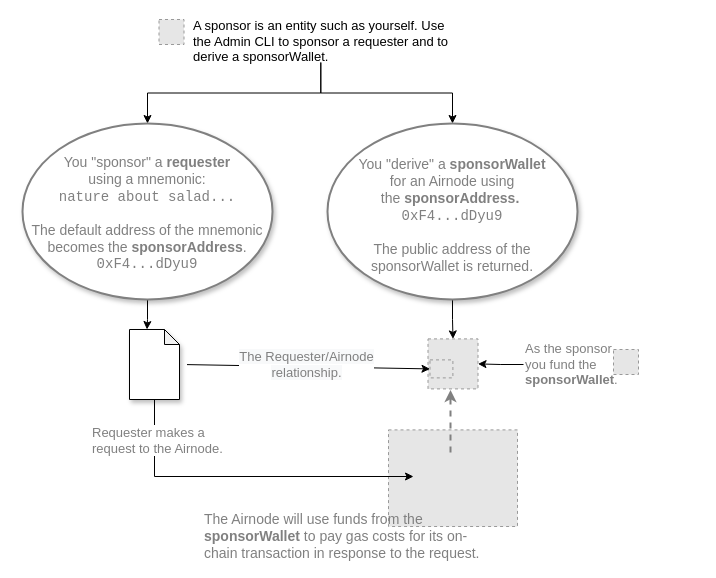
api3dao/old-api3-docs keeps this draw.io diagram as docs/airnode/v0.3/assets/diagrams/sponsor-overview.drawio. Above is the earlier version. Source tidied: cells renumbered, new cells numbered last; positions are measured from the earlier drawing's top-left corner, leaving out a move shared by most shapes. Both pictures are drawn from the tidied source at 100%, with x=0, y=0 at pixel (22, 19). Pictures stored in the file or linked from it are replaced by grey dashed boxes.
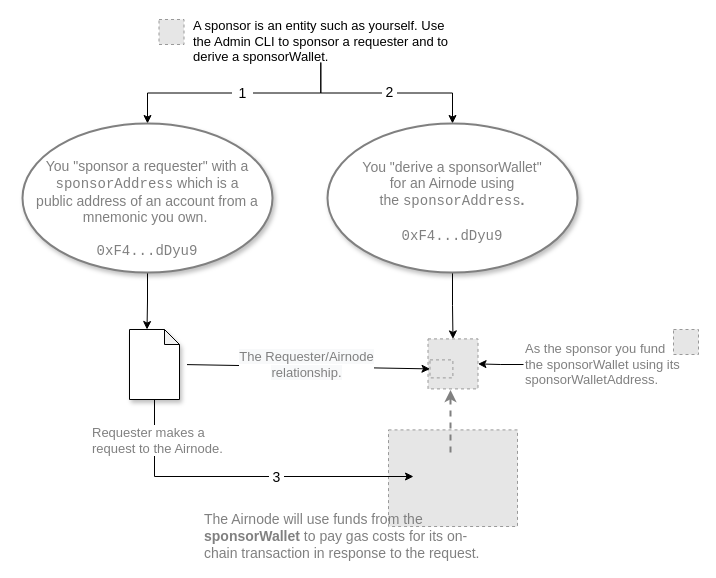
After the change.

Unchanged cells that the change refers to:
```xml
<mxCell id="2" style="edgeStyle=orthogonalEdgeStyle;rounded=0;jettySize=auto;html=1;entryX=0.5;entryY=0;entryDx=0;entryDy=0;entryPerimeter=0;strokeColor=#000000;" parent="1" edge="1" source="4" target="6">
  <mxGeometry relative="1" as="geometry" />
</mxCell>
<mxCell id="3" style="edgeStyle=orthogonalEdgeStyle;rounded=0;jettySize=auto;html=1;strokeColor=#000000;" parent="1" edge="1" source="4" target="11">
  <mxGeometry relative="1" as="geometry" />
</mxCell>
<mxCell id="21" style="edgeStyle=orthogonalEdgeStyle;rounded=0;jettySize=auto;html=1;exitX=0.5;exitY=1;exitDx=0;exitDy=0;exitPerimeter=0;" parent="1" edge="1" source="20">
  <mxGeometry relative="1" as="geometry">
    <mxPoint x="391" y="457" as="targetPoint" />
    <Array as="points">
      <mxPoint x="132" y="457.4" />
    </Array>
  </mxGeometry>
</mxCell>
```

Change to the diagram source:
```diff
@@
+    <mxCell id="23" value="&amp;nbsp;2&amp;nbsp;" style="edgeLabel;html=1;align=center;verticalAlign=middle;fontSize=14;fontFamily=Helvetica;" parent="2" vertex="1">
+      <mxGeometry x="0.03" y="-1" relative="1" as="geometry">
+        <mxPoint y="-2" as="offset" />
+      </mxGeometry>
+    </mxCell>
@@
+    <mxCell id="24" value="&amp;nbsp;&lt;font face=&quot;Helvetica&quot; style=&quot;font-size: 14px&quot;&gt;1&lt;/font&gt;&amp;nbsp;" style="edgeLabel;html=1;align=center;verticalAlign=middle;fontFamily=Courier New;" parent="3" vertex="1">
+      <mxGeometry x="-0.07" relative="1" as="geometry" />
+    </mxCell>
@@
-    <mxCell id="6" value="&lt;font color=&quot;#808080&quot; style=&quot;font-size: 14px;&quot;&gt;You &quot;derive&quot; a &lt;b style=&quot;font-size: 14px;&quot;&gt;sponsorWallet&lt;br style=&quot;font-size: 14px;&quot;&gt;&lt;/b&gt;for an Airnode using the&amp;nbsp;&lt;b style=&quot;font-size: 14px;&quot;&gt;sponsorAddress.&lt;/b&gt;&amp;nbsp;&lt;br style=&quot;font-size: 14px;&quot;&gt;&lt;font face=&quot;Courier New&quot; style=&quot;font-size: 14px;&quot;&gt;0xF4...dDyu9&lt;br style=&quot;font-size: 14px;&quot;&gt;&lt;/font&gt;&lt;br style=&quot;font-size: 14px;&quot;&gt;The public address of the sponsorWallet is returned.&lt;br style=&quot;font-size: 14px;&quot;&gt;&lt;/font&gt;" style="strokeWidth=2;html=1;shape=mxgraph.flowchart.start_1;whiteSpace=wrap;shadow=1;strokeColor=#808080;spacingLeft=10;spacingRight=10;spacingTop=7;fontSize=14;spacing=2;" parent="1" vertex="1">
-      <mxGeometry x="305" y="104" width="250" height="176" as="geometry" />
+    <mxCell id="6" value="&lt;font color=&quot;#808080&quot; style=&quot;font-size: 14px&quot;&gt;&lt;br&gt;You &quot;derive a &lt;span style=&quot;font-size: 14px&quot;&gt;sponsorWallet&quot;&lt;br style=&quot;font-size: 14px&quot;&gt;&lt;/span&gt;for an Airnode using the&amp;nbsp;&lt;span style=&quot;font-size: 14px&quot;&gt;&lt;font face=&quot;Courier New&quot;&gt;sponsorAddress&lt;/font&gt;&lt;/span&gt;&lt;b style=&quot;font-size: 14px&quot;&gt;.&lt;br&gt;&lt;/b&gt;&amp;nbsp;&lt;br style=&quot;font-size: 14px&quot;&gt;&lt;font face=&quot;Courier New&quot; style=&quot;font-size: 14px&quot;&gt;0xF4...dDyu9&lt;/font&gt;&lt;br style=&quot;font-size: 14px&quot;&gt;&lt;br style=&quot;font-size: 14px&quot;&gt;&lt;/font&gt;" style="strokeWidth=2;html=1;shape=mxgraph.flowchart.start_1;whiteSpace=wrap;shadow=1;strokeColor=#808080;spacingLeft=10;spacingRight=10;spacingTop=7;fontSize=14;spacing=2;" parent="1" vertex="1">
+      <mxGeometry x="305" y="104" width="250" height="149" as="geometry" />
     </mxCell>
@@
-    <mxCell id="11" value="&lt;div style=&quot;font-size: 14px&quot;&gt;&lt;span style=&quot;color: rgb(128 , 128 , 128)&quot;&gt;You &quot;sponsor&quot; a &lt;/span&gt;&lt;b style=&quot;color: rgb(128 , 128 , 128)&quot;&gt;requester&lt;/b&gt;&lt;br&gt;&lt;/div&gt;&lt;div style=&quot;font-size: 14px&quot;&gt;&lt;span style=&quot;color: rgb(128 , 128 , 128) ; font-size: 14px&quot;&gt;using a mnemonic:&lt;/span&gt;&lt;/div&gt;&lt;font color=&quot;#808080&quot; style=&quot;font-size: 14px&quot;&gt;&lt;div style=&quot;font-size: 14px&quot;&gt;&lt;span style=&quot;font-family: &amp;#34;courier new&amp;#34; ; font-size: 14px&quot;&gt;nature about salad...&lt;/span&gt;&lt;/div&gt;&lt;div style=&quot;font-size: 14px&quot;&gt;&lt;br style=&quot;font-size: 14px&quot;&gt;&lt;/div&gt;&lt;div style=&quot;font-size: 14px&quot;&gt;The default address of the mnemonic becomes the &lt;b style=&quot;font-size: 14px&quot;&gt;sponsorAddress&lt;/b&gt;.&lt;/div&gt;&lt;/font&gt;&lt;div style=&quot;color: rgb(128 , 128 , 128) ; font-family: &amp;#34;courier new&amp;#34; ; font-size: 14px&quot;&gt;&lt;span style=&quot;font-size: 14px&quot;&gt;0xF4...dDyu9&lt;/span&gt;&lt;/div&gt;" style="strokeWidth=2;html=1;shape=mxgraph.flowchart.start_1;whiteSpace=wrap;shadow=1;strokeColor=#808080;spacingLeft=7;spacingRight=7;spacingTop=4;align=center;fontSize=14;" parent="1" vertex="1">
-      <mxGeometry y="104" width="250" height="176" as="geometry" />
+    <mxCell id="11" value="&lt;div style=&quot;font-size: 14px&quot;&gt;&lt;span style=&quot;color: rgb(128 , 128 , 128)&quot;&gt;&lt;br&gt;&lt;/span&gt;&lt;/div&gt;&lt;div style=&quot;font-size: 14px&quot;&gt;&lt;span style=&quot;color: rgb(128 , 128 , 128)&quot;&gt;You &quot;sponsor a &lt;/span&gt;&lt;span style=&quot;color: rgb(128 , 128 , 128)&quot;&gt;requester&quot;&lt;/span&gt;&lt;span style=&quot;color: rgb(128 , 128 , 128)&quot;&gt; with a &lt;font face=&quot;Courier New&quot;&gt;sponsorAddress&lt;/font&gt; which is a&lt;/span&gt;&lt;br&gt;&lt;/div&gt;&lt;div style=&quot;font-size: 14px&quot;&gt;&lt;span style=&quot;color: rgb(128 , 128 , 128) ; font-size: 14px&quot;&gt;public address of an account from a mnemonic you own.&amp;nbsp;&lt;/span&gt;&lt;/div&gt;&lt;div style=&quot;font-size: 14px&quot;&gt;&lt;span style=&quot;color: rgb(128 , 128 , 128) ; font-size: 14px&quot;&gt;&lt;br&gt;&lt;/span&gt;&lt;/div&gt;&lt;div style=&quot;color: rgb(128 , 128 , 128) ; font-family: &amp;#34;courier new&amp;#34; ; font-size: 14px&quot;&gt;&lt;span style=&quot;font-size: 14px&quot;&gt;0xF4...dDyu9&lt;/span&gt;&lt;/div&gt;" style="strokeWidth=2;html=1;shape=mxgraph.flowchart.start_1;whiteSpace=wrap;shadow=1;strokeColor=#808080;spacingLeft=7;spacingRight=7;spacingTop=4;align=center;fontSize=14;" parent="1" vertex="1">
+      <mxGeometry y="104" width="250" height="149" as="geometry" />
     </mxCell>
@@
-    <mxCell id="18" value="&lt;font color=&quot;#808080&quot; style=&quot;font-size: 13px;&quot;&gt;As the sponsor you fund the &lt;b style=&quot;font-size: 13px;&quot;&gt;sponsorWallet&lt;/b&gt;.&lt;/font&gt;" style="text;html=1;strokeColor=none;fillColor=none;align=left;verticalAlign=middle;whiteSpace=wrap;rounded=0;fontSize=13;" parent="1" vertex="1">
-      <mxGeometry x="501" y="335" width="90" height="20" as="geometry" />
+    <mxCell id="18" value="&lt;font color=&quot;#808080&quot; style=&quot;font-size: 13px&quot;&gt;As the sponsor you fund the &lt;span style=&quot;font-size: 13px&quot;&gt;sponsorWallet using its sponsorWalletAddress&lt;/span&gt;.&lt;/font&gt;" style="text;html=1;strokeColor=none;fillColor=none;align=left;verticalAlign=middle;whiteSpace=wrap;rounded=0;fontSize=13;" parent="1" vertex="1">
+      <mxGeometry x="501" y="335" width="160" height="20" as="geometry" />
     </mxCell>
     <mxCell id="19" style="fillColor=#E6E6E6;strokeColor=#999999;dashed=1;verticalLabelPosition=bottom;verticalAlign=top;" parent="1" vertex="1">
-      <mxGeometry x="591" y="330" width="25" height="25" as="geometry" />
+      <mxGeometry x="651" y="310" width="25" height="25" as="geometry" />
     </mxCell>
@@
+    <mxCell id="25" value="&amp;nbsp;3&amp;nbsp;" style="edgeLabel;html=1;align=center;verticalAlign=middle;fontSize=14;fontFamily=Helvetica;" parent="21" vertex="1">
+      <mxGeometry x="0.18" relative="1" as="geometry" />
+    </mxCell>
```
